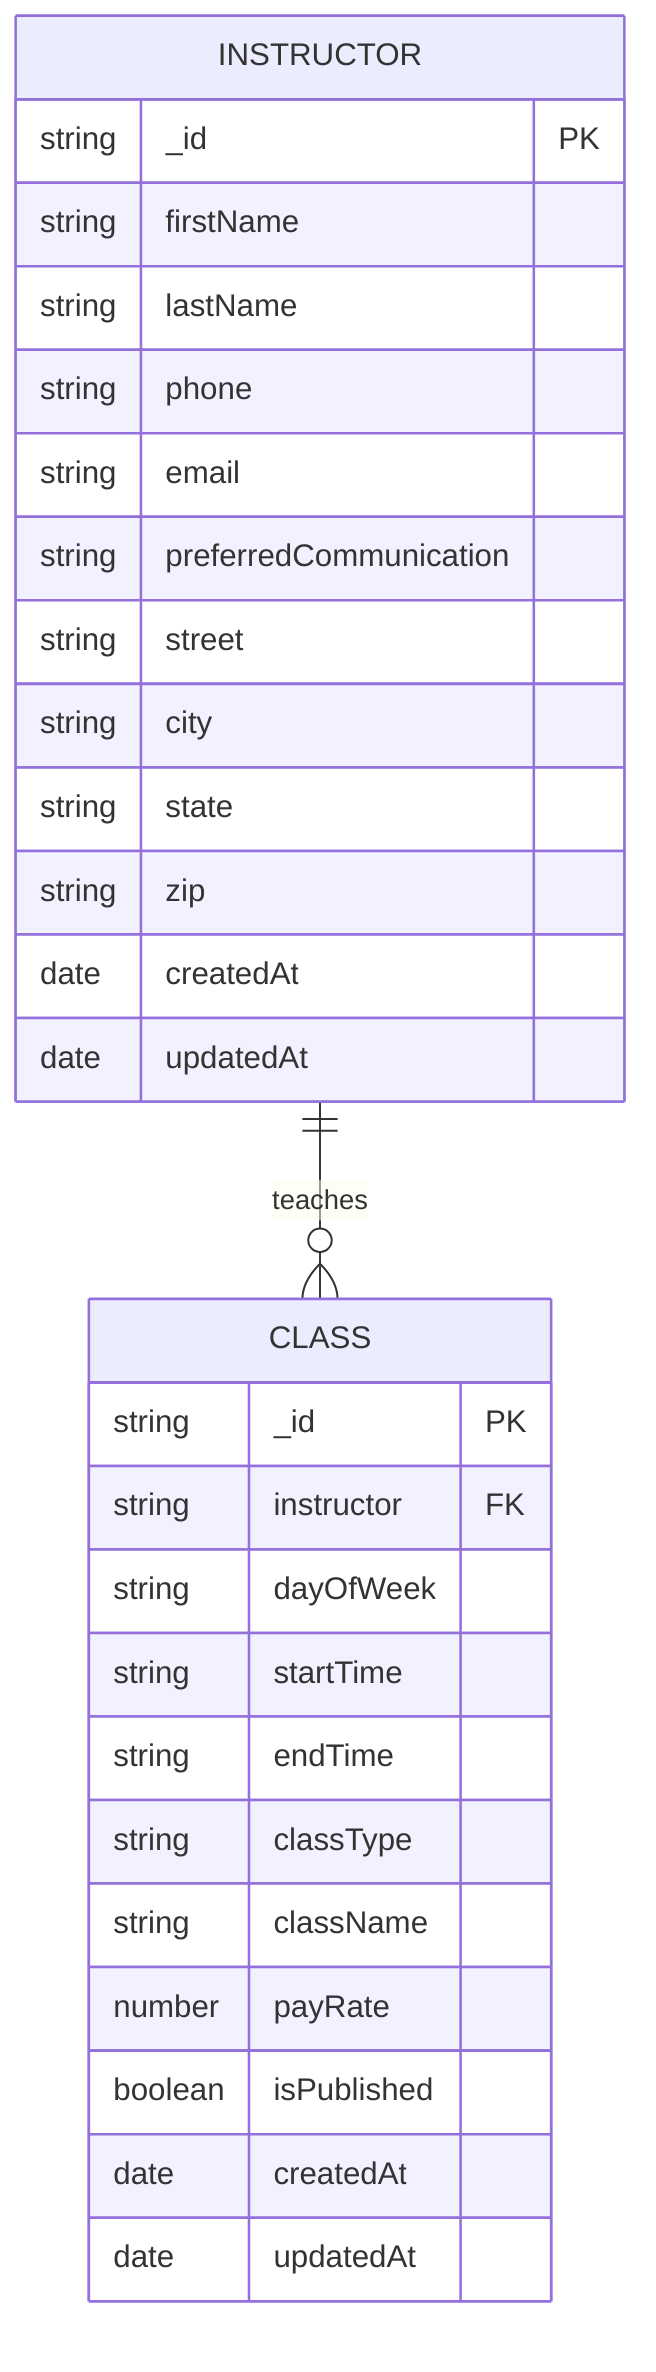
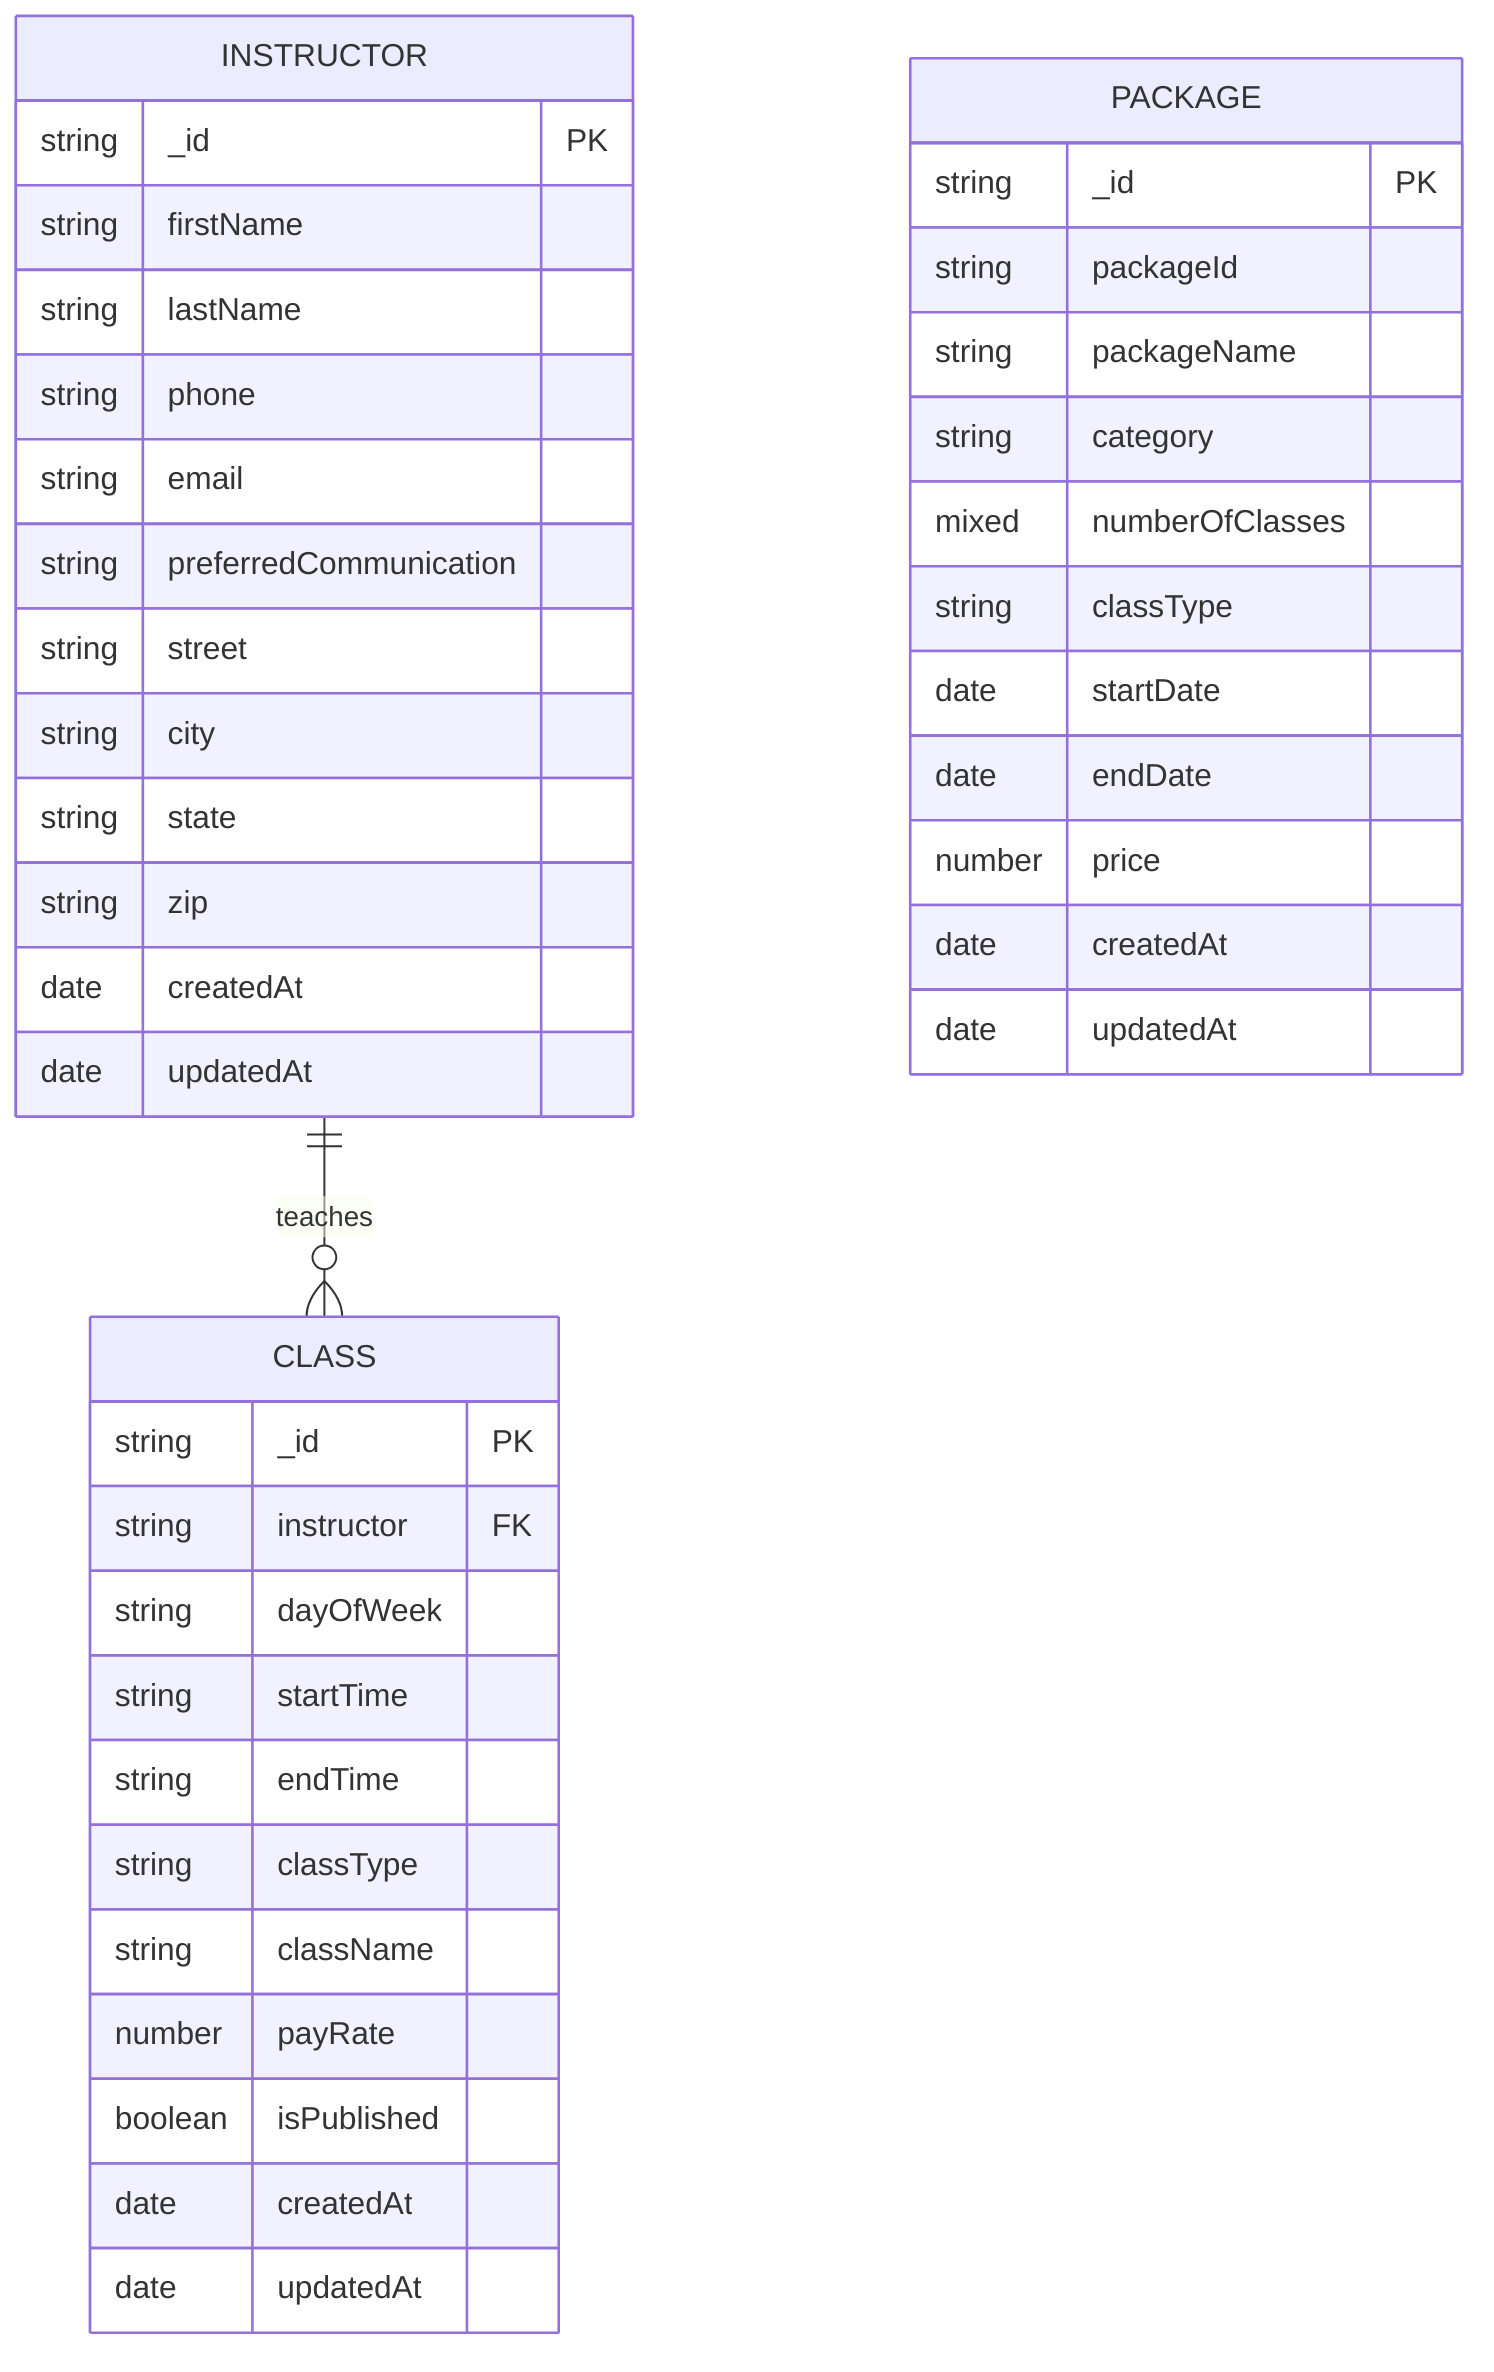
erDiagram
    INSTRUCTOR {
        string _id PK
        string firstName
        string lastName
        string phone
        string email
        string preferredCommunication
        string street
        string city
        string state
        string zip
        date createdAt
        date updatedAt
    }

    "CLASS" {
        string _id PK
        string instructor FK
        string dayOfWeek
        string startTime
        string endTime
        string classType
        string className
        number payRate
        boolean isPublished
        date createdAt
        date updatedAt
    }

+     PACKAGE {
+         string _id PK
+         string packageId
+         string packageName
+         string category
+         mixed numberOfClasses
+         string classType
+         date startDate
+         date endDate
+         number price
+         date createdAt
+         date updatedAt
+     }
+ 
    INSTRUCTOR ||--o{ "CLASS" : teaches